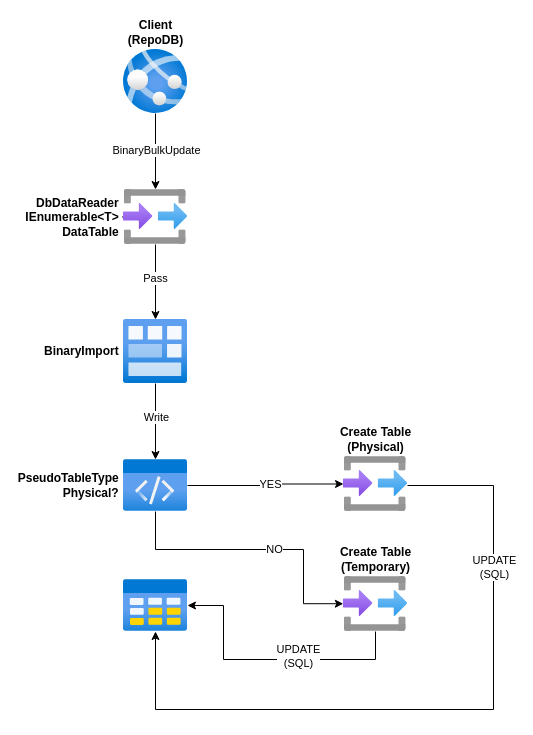
Above: Files/DrawIO/binarybulkupdate.drawio in mikependon/RepoDb.Raw (draw.io), before the change. Source tidied: cells renumbered, new cells numbered last; positions are measured from the earlier drawing's top-left corner, leaving out a move shared by most shapes. Both pictures are drawn from the tidied source at 100%, with x=0, y=0 at pixel (43, 49).
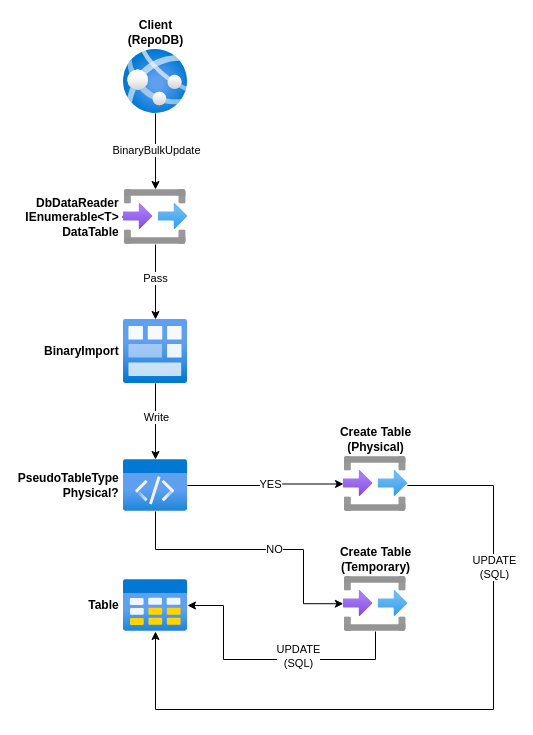
After the change.

What changed in the source:
```diff
@@
-    <mxCell id="17" style="html=1;points=[];align=center;image;fontSize=12;image=img/lib/azure2/general/Table.svg;" parent="1" vertex="1">
+    <mxCell id="17" value="Table&amp;nbsp;" style="html=1;points=[];align=right;image;fontSize=12;image=img/lib/azure2/general/Table.svg;fontStyle=1;labelPosition=left;verticalLabelPosition=middle;verticalAlign=middle;" parent="1" vertex="1">
       <mxGeometry x="80" y="530" width="64" height="52" as="geometry" />
     </mxCell>
```
